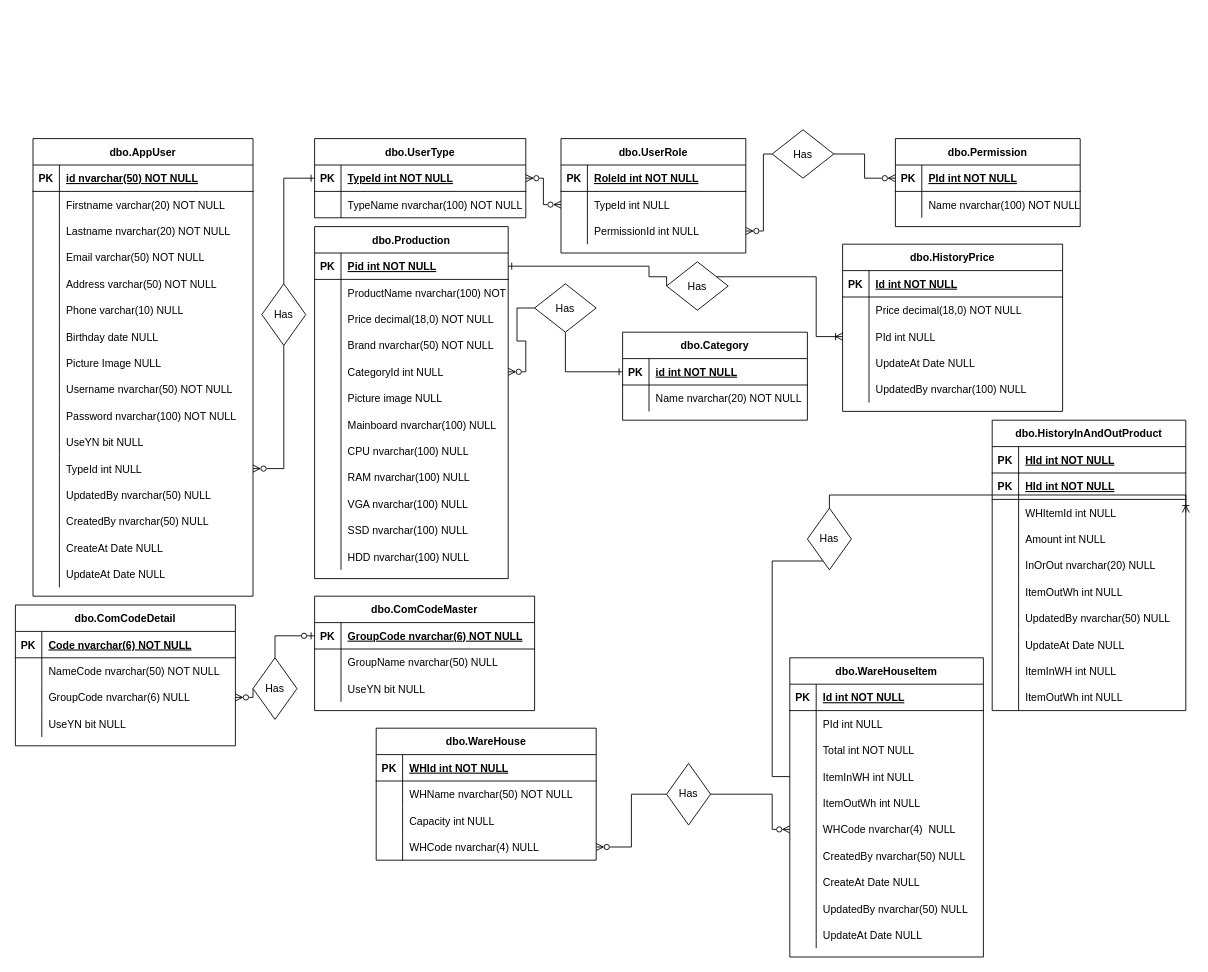
The draw.io diagram Untitled Diagram.drawio in danblue3/test, before the edit. Source tidied: cells renumbered, new cells numbered last; positions are measured from the earlier drawing's top-left corner, leaving out a move shared by most shapes. Both pictures are drawn from the tidied source at 88%, with x=0, y=0 at pixel (15, 129).
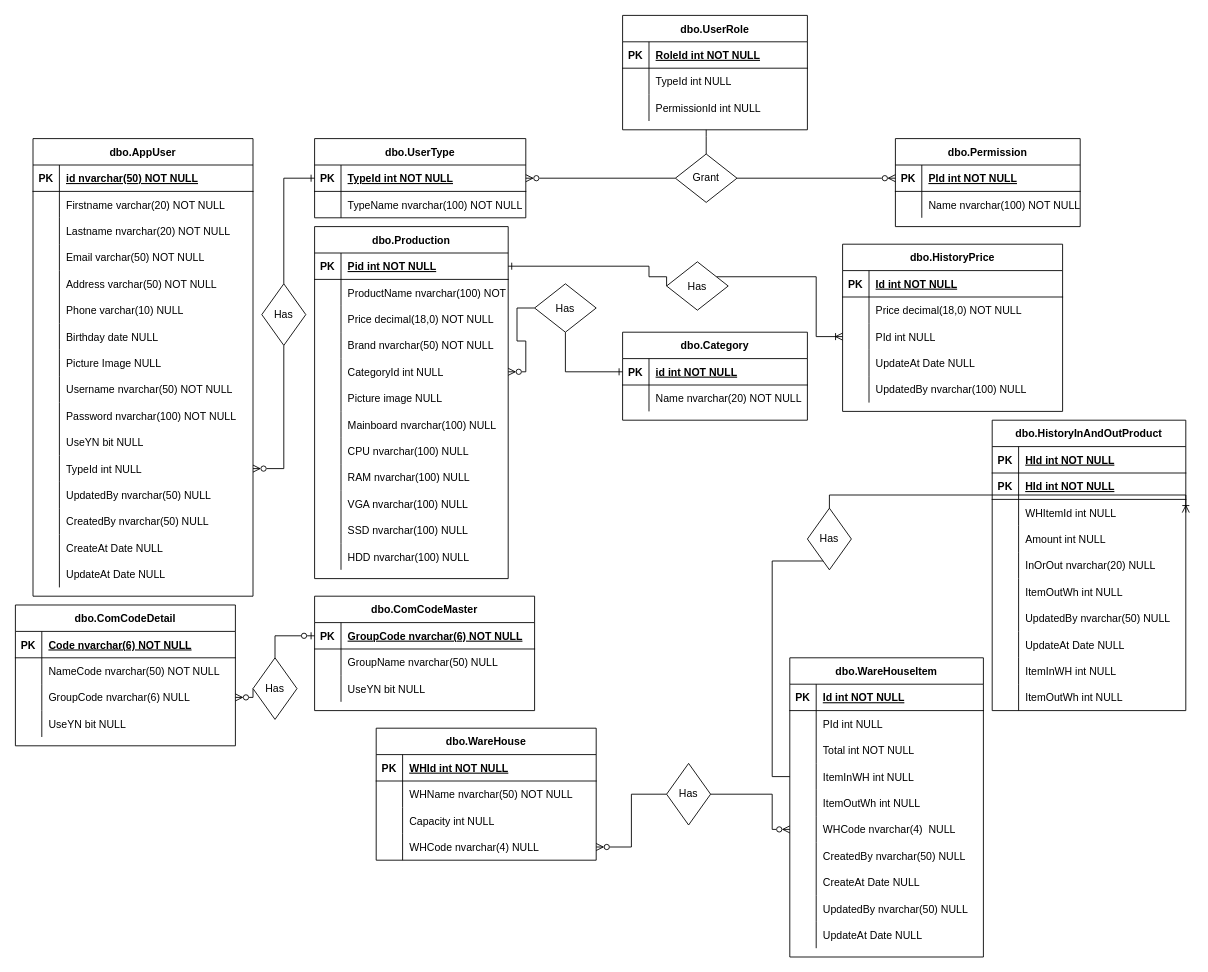
After the change.

Unchanged cells that the change refers to:
```xml
<mxCell id="108" style="shape=partialRectangle;fillColor=none;points=[[0,0.5],[1,0.5]];portConstraint=eastwest;top=0;left=0;right=0;bottom=1;" parent="107" vertex="1">
  <mxGeometry y="30" width="210" height="30" as="geometry" />
</mxCell>
<mxCell id="115" style="shape=partialRectangle;fillColor=none;points=[[0,0.5],[1,0.5]];portConstraint=eastwest;top=0;left=0;right=0;bottom=1;" parent="114" vertex="1">
  <mxGeometry y="30" width="240" height="30" as="geometry" />
</mxCell>
<mxCell id="125" style="shape=partialRectangle;fillColor=none;points=[[0,0.5],[1,0.5]];portConstraint=eastwest;top=0;left=0;right=0;bottom=0;" parent="121" vertex="1">
  <mxGeometry y="60" width="210" height="30" as="geometry" />
</mxCell>
<mxCell id="128" style="shape=partialRectangle;fillColor=none;points=[[0,0.5],[1,0.5]];portConstraint=eastwest;top=0;left=0;right=0;bottom=0;" parent="121" vertex="1">
  <mxGeometry y="90" width="210" height="30" as="geometry" />
</mxCell>
```

What changed in the source:
```diff
@@
     <mxCell id="121" value="dbo.UserRole" style="shape=table;startSize=30;childLayout=tableLayout;rowLines=0;fontStyle=1;align=center;" parent="1" vertex="1">
-      <mxGeometry x="620" y="10" width="210" height="130" as="geometry" />
+      <mxGeometry x="690" y="-130" width="210" height="130" as="geometry" />
     </mxCell>
@@
-    <mxCell id="237" style="edgeStyle=orthogonalEdgeStyle;rounded=0;jettySize=auto;html=1;startArrow=ERzeroToMany;startFill=0;entryX=0;entryY=0.5;entryDx=0;entryDy=0;endArrow=ERzeroToMany;endFill=0;" parent="1" edge="1" source="115" target="125">
+    <mxCell id="237" style="edgeStyle=orthogonalEdgeStyle;rounded=0;jettySize=auto;html=1;startArrow=ERzeroToMany;startFill=0;entryX=0;entryY=0.5;entryDx=0;entryDy=0;endArrow=none;endFill=0;" parent="1" edge="1" source="115" target="256">
       <mxGeometry relative="1" as="geometry" />
     </mxCell>
-    <mxCell id="238" style="edgeStyle=orthogonalEdgeStyle;rounded=0;jettySize=auto;html=1;startArrow=ERzeroToMany;startFill=0;endArrow=none;endFill=0;entryX=0;entryY=0.5;entryDx=0;entryDy=0;" parent="1" edge="1" source="128" target="254">
-      <mxGeometry relative="1" as="geometry">
-        <Array as="points">
-          <mxPoint x="850" y="115" />
-          <mxPoint x="850" y="27" />
-        </Array>
-      </mxGeometry>
-    </mxCell>
@@
-    <mxCell id="253" style="edgeStyle=orthogonalEdgeStyle;rounded=0;jettySize=auto;html=1;entryX=0;entryY=0.5;entryDx=0;entryDy=0;startArrow=none;startFill=0;endArrow=ERzeroToMany;endFill=0;" parent="1" edge="1" source="254" target="108">
+    <mxCell id="253" style="edgeStyle=orthogonalEdgeStyle;rounded=0;jettySize=auto;html=1;entryX=0;entryY=0.5;entryDx=0;entryDy=0;startArrow=none;startFill=0;endArrow=ERzeroToMany;endFill=0;exitX=1;exitY=0.5;exitDx=0;exitDy=0;" parent="1" edge="1" source="256" target="108">
       <mxGeometry relative="1" as="geometry" />
     </mxCell>
-    <mxCell id="254" value="Has" style="rhombus;whiteSpace=wrap;html=1;" parent="1" vertex="1">
-      <mxGeometry x="860" width="70" height="55" as="geometry" />
-    </mxCell>
+    <mxCell id="255" style="edgeStyle=orthogonalEdgeStyle;rounded=0;jettySize=auto;html=1;endArrow=none;endFill=0;" parent="1" edge="1" source="256">
+      <mxGeometry relative="1" as="geometry">
+        <mxPoint x="785" as="targetPoint" />
+      </mxGeometry>
+    </mxCell>
+    <mxCell id="256" value="Grant" style="rhombus;whiteSpace=wrap;html=1;" parent="1" vertex="1">
+      <mxGeometry x="750" y="27.5" width="70" height="55" as="geometry" />
+    </mxCell>
```
